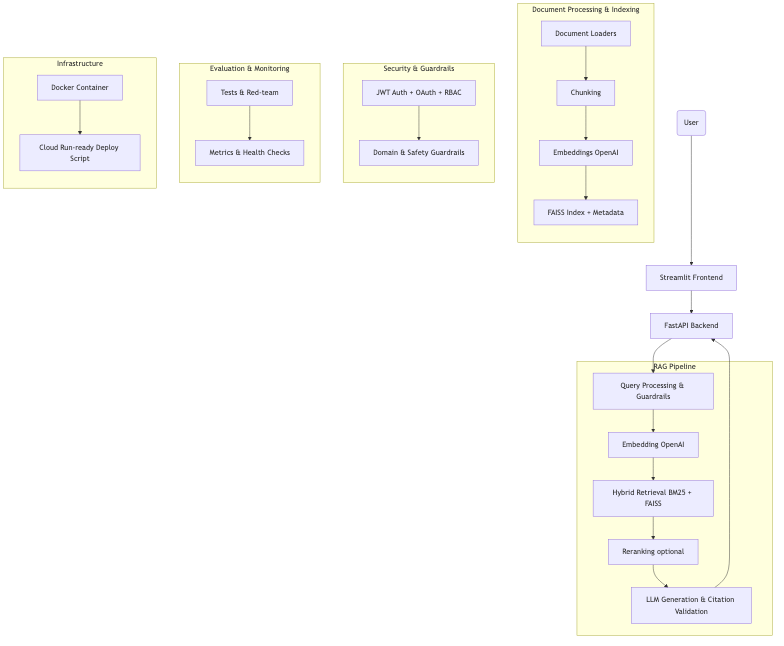
This is docs/architecture.png from Muh76/RAG-Powered-Contract-and-Legal-Chatbot, a Mermaid export, as it was before one commit. Its source is kept beside it as docs/architecture.mmd. Source of this version:
```mermaid
flowchart TD
    user(User) --> fe[Streamlit Frontend]
    fe --> api[FastAPI Backend]

    subgraph RAG[RAG Pipeline]
      direction TB
      qp[Query Processing & Guardrails] --> emb[Embedding OpenAI]
      emb --> hr[Hybrid Retrieval BM25 + FAISS]
      hr --> rr[Reranking optional]
      rr --> llm[LLM Generation & Citation Validation]
    end

    api --> qp
    llm --> api

    subgraph DOC[Document Processing & Indexing]
      direction TB
      load[Document Loaders] --> chunk[Chunking]
      chunk --> demb[Embeddings OpenAI]
      demb --> faiss[FAISS Index + Metadata]
    end

    subgraph SEC[Security & Guardrails]
      direction TB
      auth[JWT Auth + OAuth + RBAC] --> guards[Domain & Safety Guardrails]
    end

    subgraph MON[Evaluation & Monitoring]
      direction TB
      tests[Tests & Red-team] --> metrics[Metrics & Health Checks]
    end

    subgraph INFRA[Infrastructure]
      direction TB
      docker[Docker Container] --> run[Cloud Run-ready Deploy Script]
    end
```
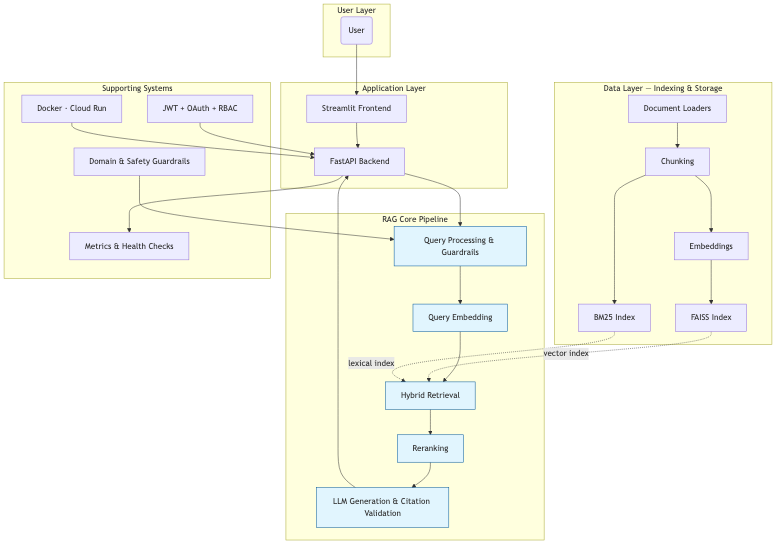
The same diagram one commit later.

Commit message:
Improve architecture diagram: RAG-dominant flow, data layer links, BM25, clean sections

Made-with: Cursor

Change to the diagram source:
```diff
@@ -1,36 +1,54 @@
 flowchart TD
-    user(User) --> fe[Streamlit Frontend]
-    fe --> api[FastAPI Backend]
-
-    subgraph RAG[RAG Pipeline]
-      direction TB
-      qp[Query Processing & Guardrails] --> emb[Embedding OpenAI]
-      emb --> hr[Hybrid Retrieval BM25 + FAISS]
-      hr --> rr[Reranking optional]
-      rr --> llm[LLM Generation & Citation Validation]
+    subgraph USER["User Layer"]
+      user(User)
     end
 
+    subgraph APP["Application Layer"]
+      fe[Streamlit Frontend]
+      api[FastAPI Backend]
+    end
+
+    subgraph RAG["RAG Core Pipeline"]
+      direction TB
+      qp[Query Processing & Guardrails]
+      emb[Query Embedding]
+      hr[Hybrid Retrieval]
+      rr[Reranking]
+      llm[LLM Generation & Citation Validation]
+      qp --> emb --> hr --> rr --> llm
+    end
+
+    subgraph DATA["Data Layer — Indexing & Storage"]
+      direction TB
+      load[Document Loaders]
+      chunk[Chunking]
+      demb[Embeddings]
+      faiss[FAISS Index]
+      bm25idx[BM25 Index]
+      load --> chunk
+      chunk --> demb --> faiss
+      chunk --> bm25idx
+    end
+
+    subgraph SUPPORT["Supporting Systems"]
+      auth[JWT + OAuth + RBAC]
+      guards[Domain & Safety Guardrails]
+      metrics[Metrics & Health Checks]
+      docker[Docker · Cloud Run]
+    end
+
+    user --> fe
+    fe --> api
     api --> qp
     llm --> api
 
-    subgraph DOC[Document Processing & Indexing]
-      direction TB
-      load[Document Loaders] --> chunk[Chunking]
-      chunk --> demb[Embeddings OpenAI]
-      demb --> faiss[FAISS Index + Metadata]
-    end
+    faiss -.->|"vector index"| hr
+    bm25idx -.->|"lexical index"| hr
 
-    subgraph SEC[Security & Guardrails]
-      direction TB
-      auth[JWT Auth + OAuth + RBAC] --> guards[Domain & Safety Guardrails]
-    end
+    auth --> api
+    guards --> qp
+    api --> metrics
+    docker --> api
 
-    subgraph MON[Evaluation & Monitoring]
-      direction TB
-      tests[Tests & Red-team] --> metrics[Metrics & Health Checks]
-    end
-
-    subgraph INFRA[Infrastructure]
-      direction TB
-      docker[Docker Container] --> run[Cloud Run-ready Deploy Script]
-    end
+    classDef main fill:#e1f5fe,stroke:#01579b
+    class qp,emb,hr,rr,llm main
```
